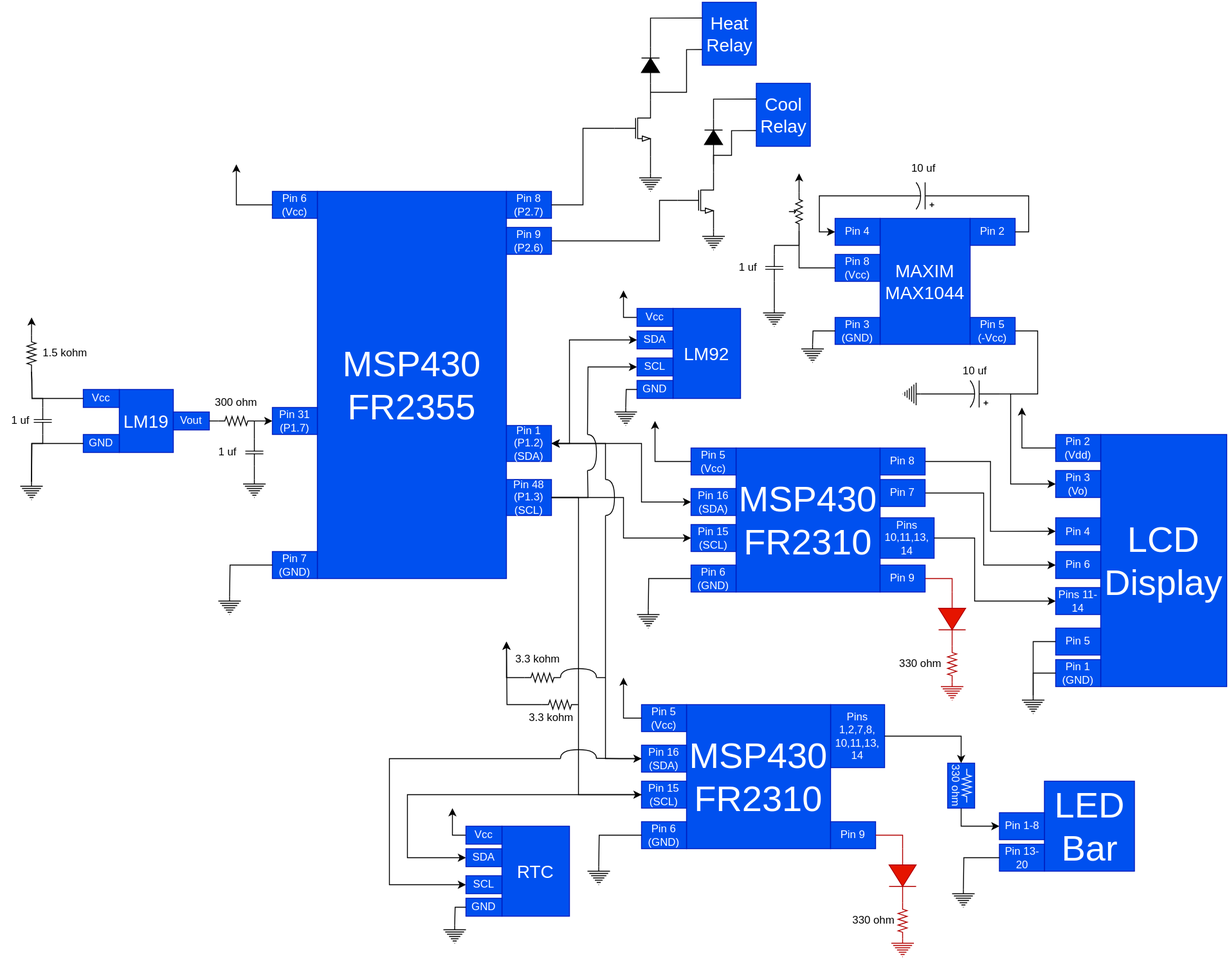
This is docs/assets/circuit_diagram.svg from msu-eele-465/project6-mattv-jay, a draw.io export, as it was before one commit. Source tidied: cells renumbered, new cells last; positions are measured from the earlier drawing's top-left corner, leaving out a move shared by most shapes.
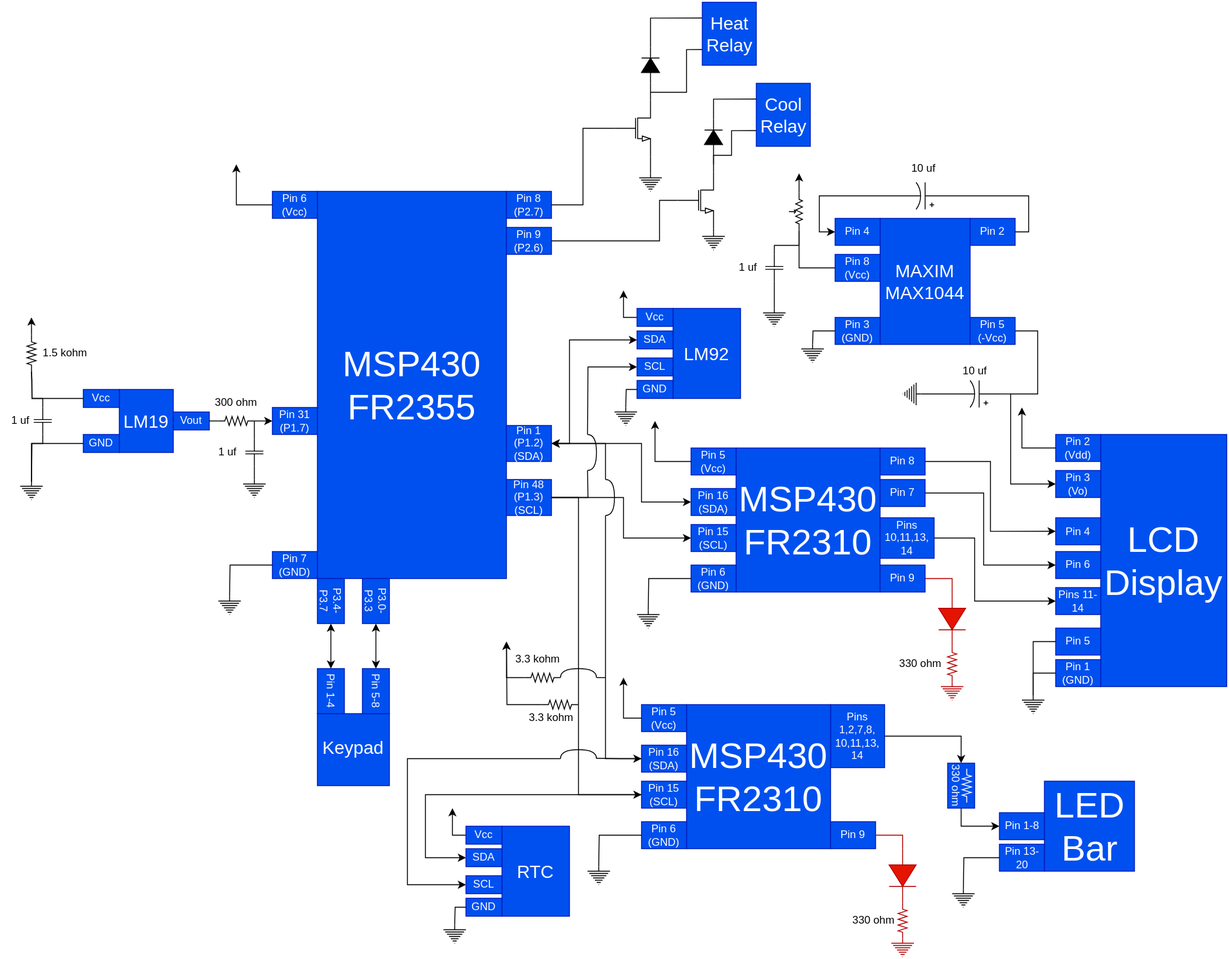
The same file after the commit.

Commit message:
Add keypad back to circuit diagram

The edit, as a diff of the source:
```diff
@@ -722,8 +722,8 @@
     <mxCell id="167" style="edgeStyle=orthogonalEdgeStyle;rounded=0;jettySize=auto;html=1;exitX=0;exitY=0.5;exitDx=0;exitDy=0;entryX=0;entryY=0.5;entryDx=0;entryDy=0;endArrow=none;startFill=1;startArrow=classic;" parent="1" edge="1" source="168" target="40">
       <mxGeometry relative="1" as="geometry">
         <Array as="points">
-          <mxPoint x="450" y="950" />
-          <mxPoint x="450" y="880" />
+          <mxPoint x="470" y="950" />
+          <mxPoint x="470" y="880" />
         </Array>
       </mxGeometry>
     </mxCell>
@@ -734,8 +734,8 @@
       <mxGeometry relative="1" as="geometry">
         <mxPoint x="620" y="840" as="targetPoint" />
         <Array as="points">
-          <mxPoint x="430" y="980" />
-          <mxPoint x="430" y="840" />
+          <mxPoint x="450" y="980" />
+          <mxPoint x="450" y="840" />
         </Array>
       </mxGeometry>
     </mxCell>
@@ -773,5 +773,26 @@
         </Array>
       </mxGeometry>
     </mxCell>
+    <mxCell id="177" value="&lt;font style=&quot;font-size: 20px;&quot;&gt;Keypad&lt;/font&gt;" style="rounded=0;whiteSpace=wrap;html=1;fillColor=#0050ef;fontColor=#ffffff;strokeColor=#001DBC;fontSize=40;verticalAlign=top;" parent="1" vertex="1">
+      <mxGeometry x="350" y="790" width="80" height="80" as="geometry" />
+    </mxCell>
+    <mxCell id="178" value="Pin 1-4" style="rounded=0;whiteSpace=wrap;html=1;fillColor=#0050ef;fontColor=#ffffff;strokeColor=#001DBC;rotation=90;" parent="1" vertex="1">
+      <mxGeometry x="340" y="750" width="50" height="30" as="geometry" />
+    </mxCell>
+    <mxCell id="179" value="Pin 5-8" style="rounded=0;whiteSpace=wrap;html=1;fillColor=#0050ef;fontColor=#ffffff;strokeColor=#001DBC;rotation=90;" parent="1" vertex="1">
+      <mxGeometry x="390" y="750" width="50" height="30" as="geometry" />
+    </mxCell>
+    <mxCell id="180" value="P3.0-P3.3" style="rounded=0;whiteSpace=wrap;html=1;fillColor=#0050ef;fontColor=#ffffff;strokeColor=#001DBC;rotation=90;" parent="1" vertex="1">
+      <mxGeometry x="390" y="650" width="50" height="30" as="geometry" />
+    </mxCell>
+    <mxCell id="181" style="endArrow=classic;html=1;rounded=0;entryX=1;entryY=0.5;entryDx=0;entryDy=0;exitX=0;exitY=0.5;exitDx=0;exitDy=0;startArrow=classic;startFill=1;" parent="1" edge="1" source="179" target="180">
+      <mxGeometry relative="1" as="geometry" />
+    </mxCell>
+    <mxCell id="182" value="P3.4-P3.7" style="rounded=0;whiteSpace=wrap;html=1;fillColor=#0050ef;fontColor=#ffffff;strokeColor=#001DBC;rotation=90;" parent="1" vertex="1">
+      <mxGeometry x="340" y="650" width="50" height="30" as="geometry" />
+    </mxCell>
+    <mxCell id="183" style="endArrow=classic;html=1;rounded=0;entryX=0;entryY=0.5;entryDx=0;entryDy=0;exitX=1;exitY=0.5;exitDx=0;exitDy=0;startArrow=classic;startFill=1;" parent="1" edge="1" source="182" target="178">
+      <mxGeometry relative="1" as="geometry" />
+    </mxCell>
   </root>
 </mxGraphModel>
```
